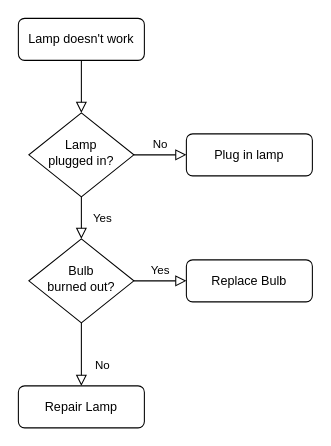
Before: Untitled Diagram.drawio in wps139hf/app, a draw.io diagram. Source tidied: cells renumbered, new cells numbered last; positions are measured from the earlier drawing's top-left corner, leaving out a move shared by most shapes. Both pictures are drawn from the tidied source at 105%, with x=0, y=0 at pixel (18, 18).
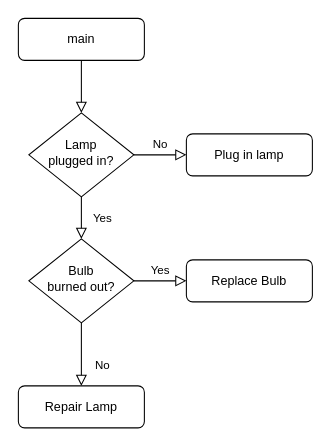
After the change.

Change to the diagram source:
```diff
@@
 <mxGraphModel>
   <root>
     <mxCell id="0" />
     <mxCell id="1" parent="0" />
     <mxCell id="2" style="rounded=0;html=1;jettySize=auto;fontSize=11;endArrow=block;endFill=0;endSize=8;strokeWidth=1;shadow=0;labelBackgroundColor=none;edgeStyle=orthogonalEdgeStyle;" parent="1" edge="1" source="3" target="6">
       <mxGeometry relative="1" as="geometry" />
     </mxCell>
-    <mxCell id="3" value="Lamp doesn't work" style="rounded=1;whiteSpace=wrap;html=1;fontSize=12;glass=0;strokeWidth=1;shadow=0;" parent="1" vertex="1">
+    <mxCell id="3" value="main" style="rounded=1;whiteSpace=wrap;html=1;fontSize=12;glass=0;strokeWidth=1;shadow=0;" parent="1" vertex="1">
       <mxGeometry width="120" height="40" as="geometry" />
     </mxCell>
     <mxCell id="4" value="Yes" style="rounded=0;html=1;jettySize=auto;fontSize=11;endArrow=block;endFill=0;endSize=8;strokeWidth=1;shadow=0;labelBackgroundColor=none;edgeStyle=orthogonalEdgeStyle;" parent="1" edge="1" source="6" target="10">
       <mxGeometry y="20" relative="1" as="geometry" />
     </mxCell>
     <mxCell id="5" value="No" style="edgeStyle=orthogonalEdgeStyle;rounded=0;html=1;jettySize=auto;fontSize=11;endArrow=block;endFill=0;endSize=8;strokeWidth=1;shadow=0;labelBackgroundColor=none;" parent="1" edge="1" source="6" target="7">
       <mxGeometry y="10" relative="1" as="geometry" />
     </mxCell>
     <mxCell id="6" value="Lamp&lt;br&gt;plugged in?" style="rhombus;whiteSpace=wrap;html=1;shadow=0;fontFamily=Helvetica;fontSize=12;align=center;strokeWidth=1;spacing=6;spacingTop=-4;" parent="1" vertex="1">
       <mxGeometry x="10" y="90" width="100" height="80" as="geometry" />
     </mxCell>
     <mxCell id="7" value="Plug in lamp" style="rounded=1;whiteSpace=wrap;html=1;fontSize=12;glass=0;strokeWidth=1;shadow=0;" parent="1" vertex="1">
       <mxGeometry x="160" y="110" width="120" height="40" as="geometry" />
     </mxCell>
     <mxCell id="8" value="No" style="rounded=0;html=1;jettySize=auto;fontSize=11;endArrow=block;endFill=0;endSize=8;strokeWidth=1;shadow=0;labelBackgroundColor=none;edgeStyle=orthogonalEdgeStyle;" parent="1" edge="1" source="10" target="11">
       <mxGeometry x="0.33" y="20" relative="1" as="geometry" />
     </mxCell>
     <mxCell id="9" value="Yes" style="edgeStyle=orthogonalEdgeStyle;rounded=0;html=1;jettySize=auto;fontSize=11;endArrow=block;endFill=0;endSize=8;strokeWidth=1;shadow=0;labelBackgroundColor=none;" parent="1" edge="1" source="10" target="12">
       <mxGeometry y="10" relative="1" as="geometry" />
     </mxCell>
     <mxCell id="10" value="Bulb&lt;br&gt;burned out?" style="rhombus;whiteSpace=wrap;html=1;shadow=0;fontFamily=Helvetica;fontSize=12;align=center;strokeWidth=1;spacing=6;spacingTop=-4;" parent="1" vertex="1">
       <mxGeometry x="10" y="210" width="100" height="80" as="geometry" />
     </mxCell>
     <mxCell id="11" value="Repair Lamp" style="rounded=1;whiteSpace=wrap;html=1;fontSize=12;glass=0;strokeWidth=1;shadow=0;" parent="1" vertex="1">
       <mxGeometry y="350" width="120" height="40" as="geometry" />
     </mxCell>
     <mxCell id="12" value="Replace Bulb" style="rounded=1;whiteSpace=wrap;html=1;fontSize=12;glass=0;strokeWidth=1;shadow=0;" parent="1" vertex="1">
       <mxGeometry x="160" y="230" width="120" height="40" as="geometry" />
     </mxCell>
   </root>
 </mxGraphModel>
```
